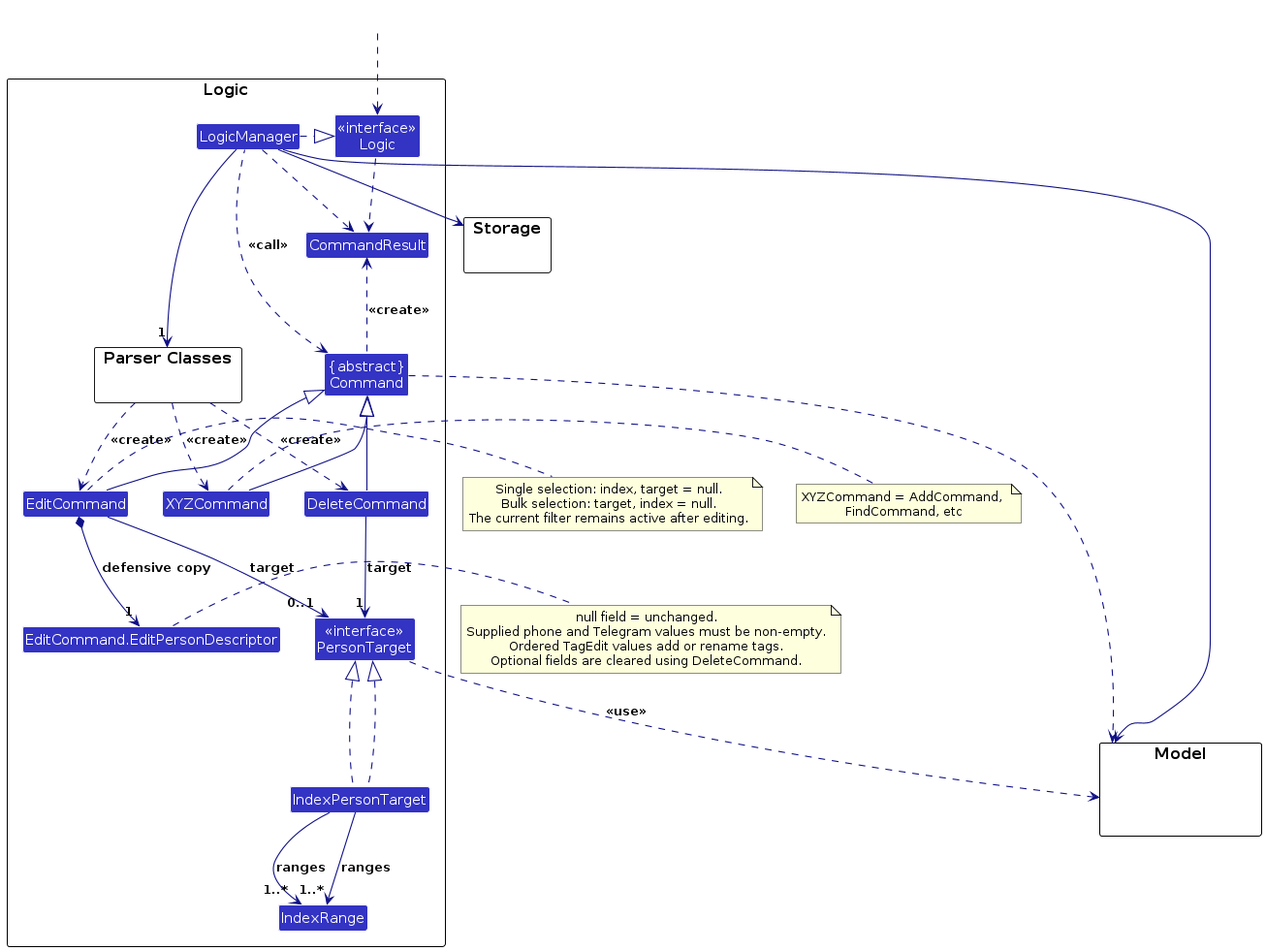
AY2627S1-CS2103T-T11-2/tp keeps this PlantUML diagram as diagrams/LogicClassDiagram.png. Above is the earlier version. Its source is kept beside it as diagrams/LogicClassDiagram.puml.
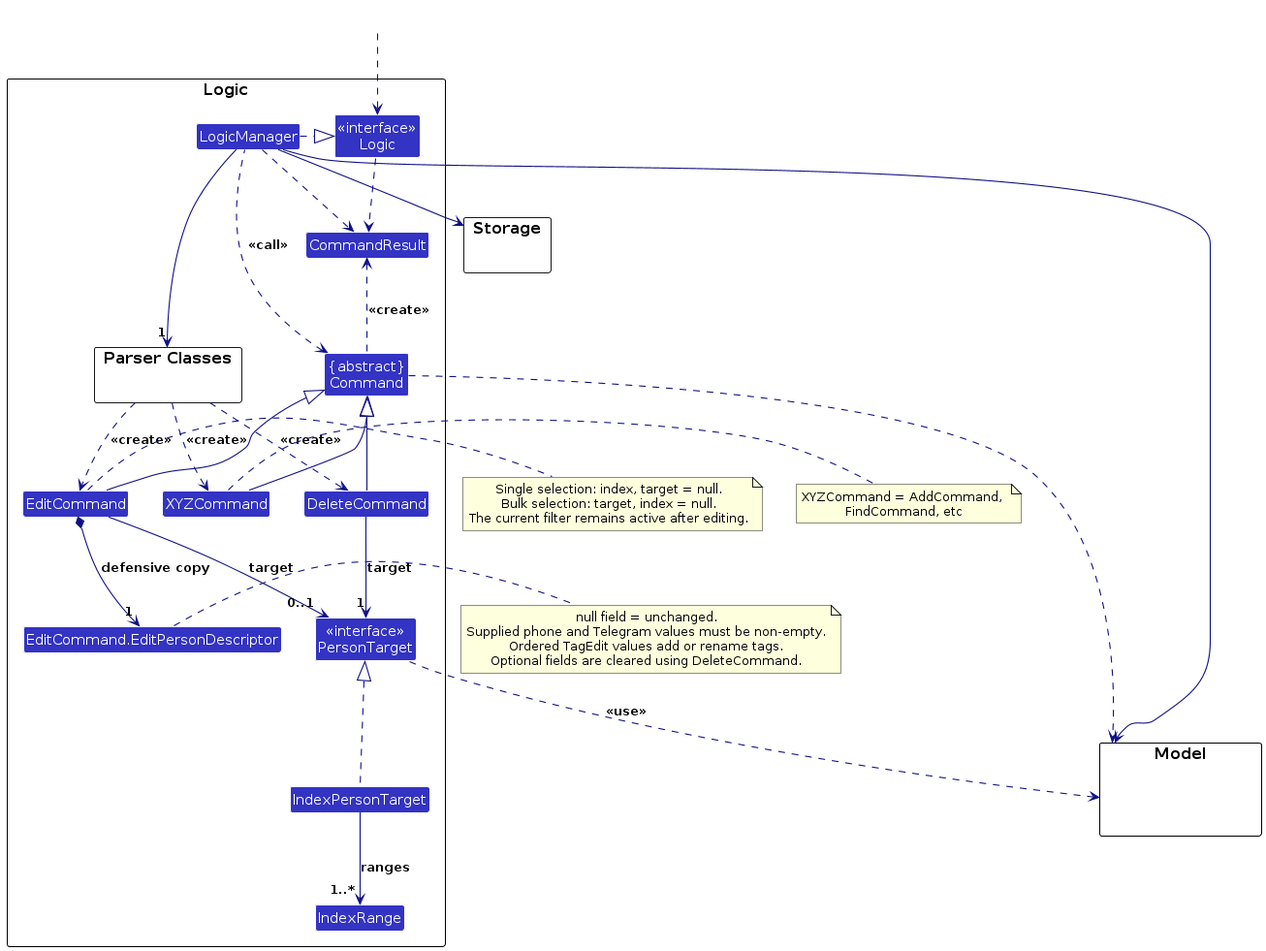
Above is the later version.

Change to the diagram source:
```diff
@@ -52,8 +52,6 @@
 
 EditCommand --> "0..1" PersonTarget : target
 EditCommand *--> "1" EditPersonDescriptor : defensive copy
-IndexPersonTarget .up.|> PersonTarget
-IndexPersonTarget --> "1..*" IndexRange : ranges
 
 note right of EditCommand
   Single selection: index, target = null.
```
